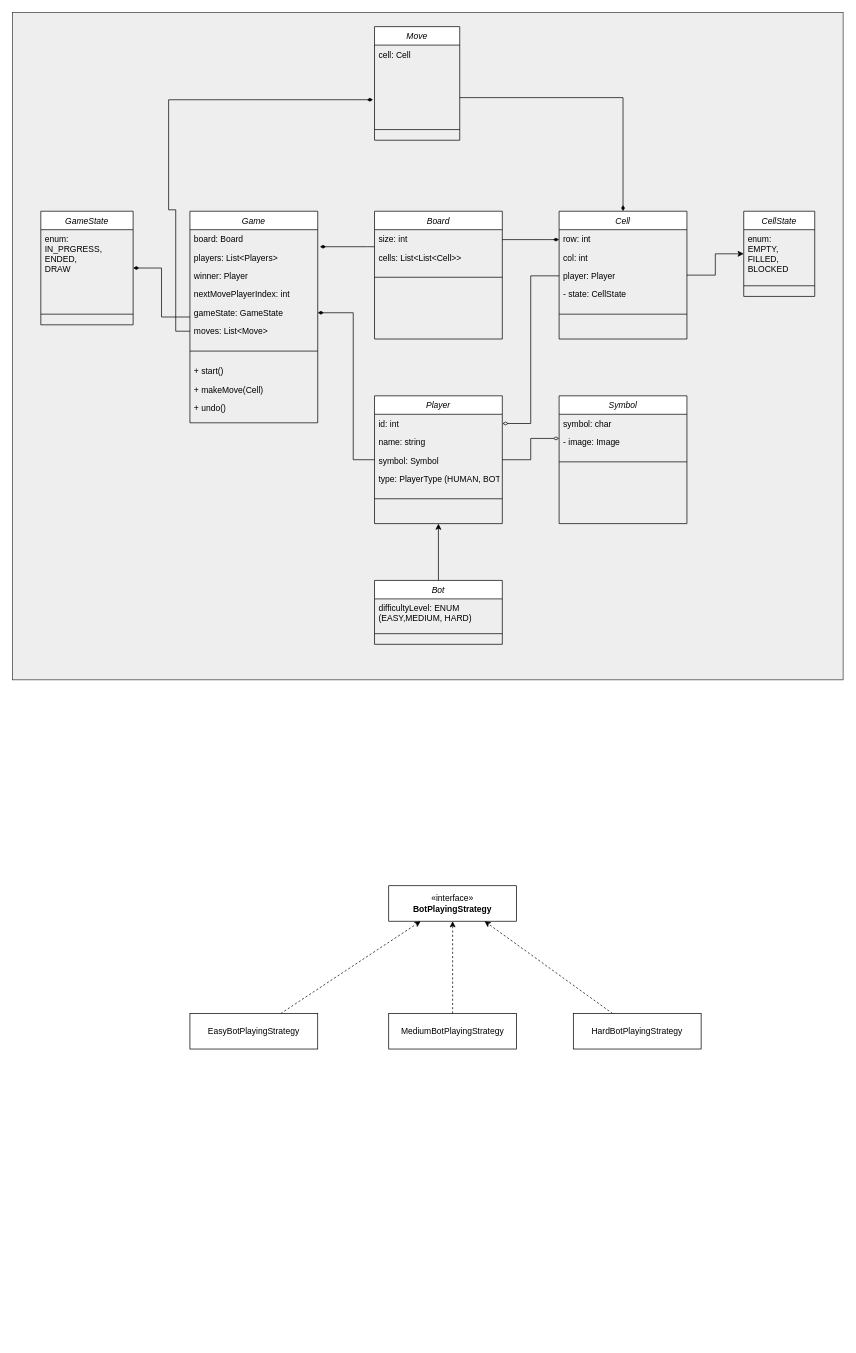
The draw.io diagram src/main/java/tictactoe/tictactoe.drawio in ranchauh/lld, before the edit. Source tidied: cells renumbered, new cells numbered last; positions are measured from the earlier drawing's top-left corner, leaving out a move shared by most shapes. Both pictures are drawn from the tidied source at 71%, with x=0, y=0 at pixel (12, 12).
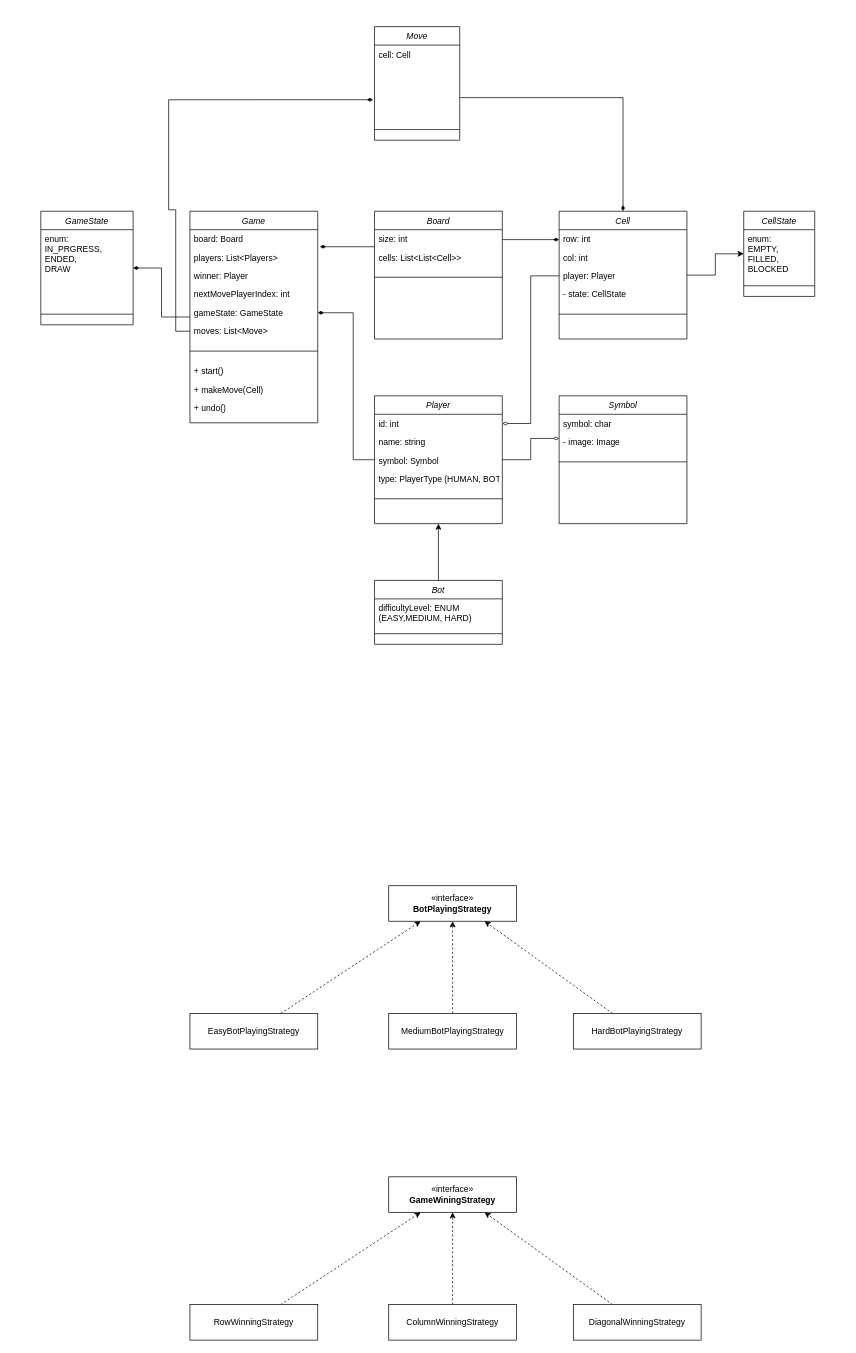
After the change.

What changed in the source:
```diff
@@
-    <mxCell id="2" style="rounded=0;whiteSpace=wrap;html=1;fillColor=#eeeeee;strokeColor=#36393d;" parent="1" vertex="1">
-      <mxGeometry width="1170" height="940" as="geometry" />
-    </mxCell>
@@
+    <mxCell id="63" value="«interface»&lt;br&gt;&lt;b&gt;GameWiningStrategy&lt;/b&gt;" style="html=1;whiteSpace=wrap;" parent="1" vertex="1">
+      <mxGeometry x="530" y="1640" width="180" height="50" as="geometry" />
+    </mxCell>
+    <mxCell id="64" style="rounded=0;jettySize=auto;html=1;entryX=0.25;entryY=1;entryDx=0;entryDy=0;dashed=1;" parent="1" edge="1" source="65" target="63">
+      <mxGeometry relative="1" as="geometry" />
+    </mxCell>
+    <mxCell id="65" value="RowWinningStrategy" style="html=1;whiteSpace=wrap;" parent="1" vertex="1">
+      <mxGeometry x="250" y="1820" width="180" height="50" as="geometry" />
+    </mxCell>
+    <mxCell id="66" style="edgeStyle=orthogonalEdgeStyle;rounded=0;jettySize=auto;html=1;entryX=0.5;entryY=1;entryDx=0;entryDy=0;dashed=1;" parent="1" edge="1" source="67" target="63">
+      <mxGeometry relative="1" as="geometry" />
+    </mxCell>
+    <mxCell id="67" value="ColumnWinningStrategy" style="html=1;whiteSpace=wrap;" parent="1" vertex="1">
+      <mxGeometry x="530" y="1820" width="180" height="50" as="geometry" />
+    </mxCell>
+    <mxCell id="68" style="rounded=0;jettySize=auto;html=1;entryX=0.75;entryY=1;entryDx=0;entryDy=0;dashed=1;" parent="1" edge="1" source="69" target="63">
+      <mxGeometry relative="1" as="geometry" />
+    </mxCell>
+    <mxCell id="69" value="DiagonalWinningStrategy" style="html=1;whiteSpace=wrap;" parent="1" vertex="1">
+      <mxGeometry x="790" y="1820" width="180" height="50" as="geometry" />
+    </mxCell>
```
